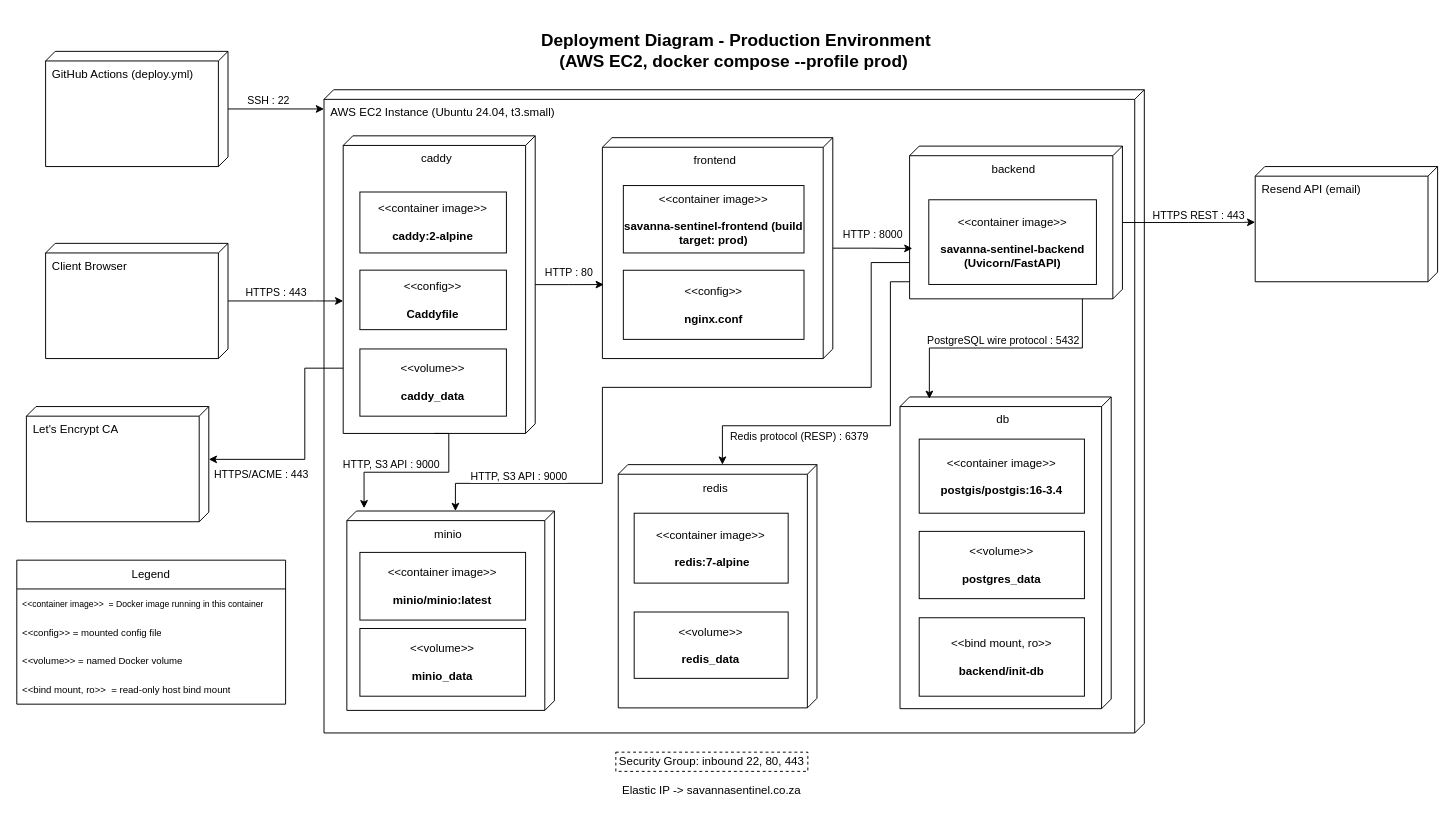
Earlier version of the draw.io diagram page "Production" (1 of 2) of docs/demo2/deployment/deployment_diagram.drawio (COS301-SE-2026/Savanna-Sentinel). Source tidied: cells renumbered, new cells numbered last; positions are measured from the earlier drawing's top-left corner, leaving out a move shared by most shapes. Both pictures are drawn from the tidied source at 96%, with x=0, y=0 at pixel (16, 22).
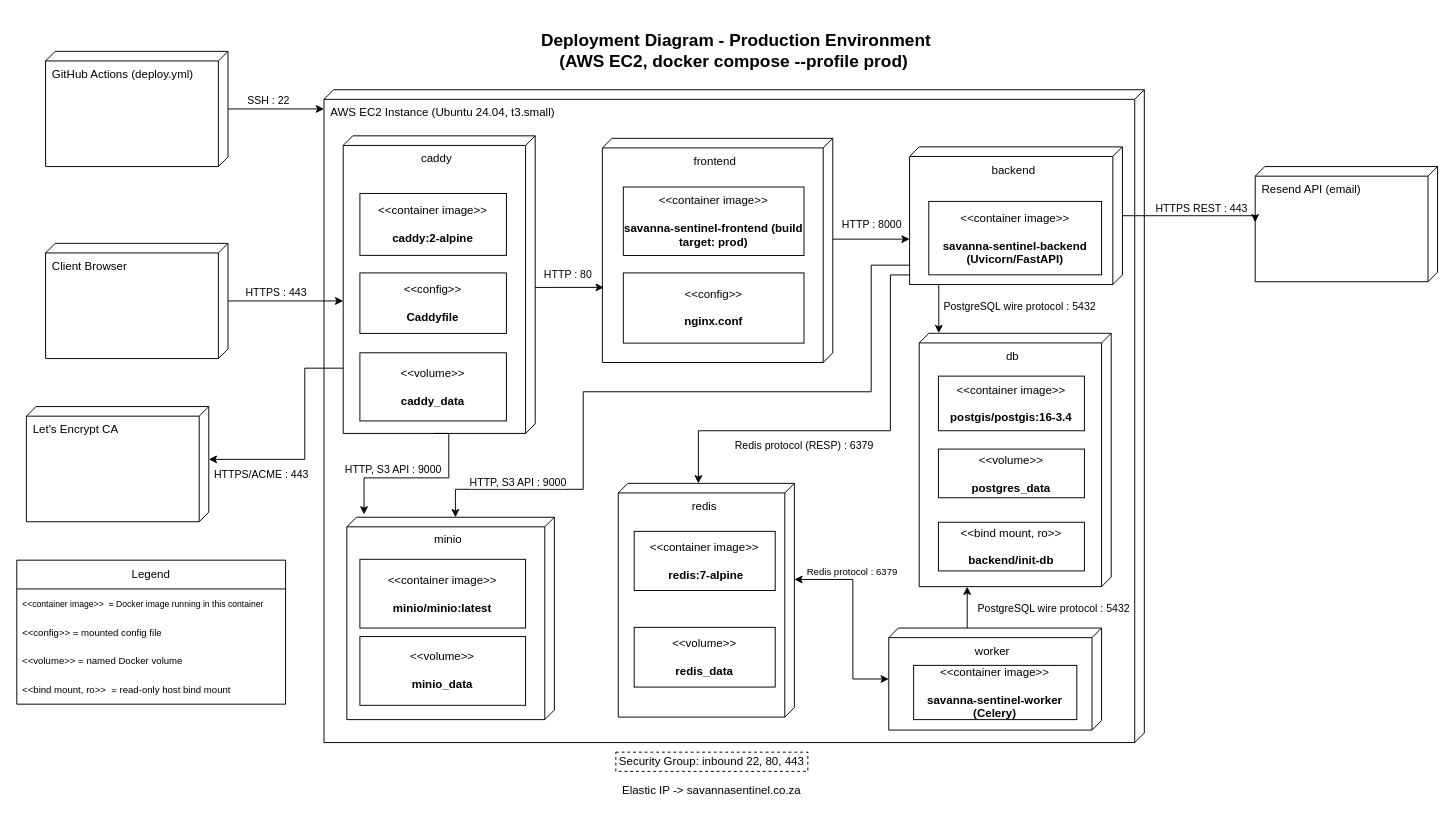
After the change.

The change refers to these unchanged cells:
```xml
<mxCell id="4" value="caddy" style="verticalAlign=top;align=center;shape=cube;size=10;direction=south;html=1;boundedLbl=1;spacingLeft=5;whiteSpace=wrap;" parent="3" vertex="1">
  <mxGeometry width="200" height="310" relative="1" as="geometry">
    <mxPoint x="20" y="48" as="offset" />
  </mxGeometry>
</mxCell>
```

What changed in the source:
```diff
@@
     <mxCell id="3" value="AWS EC2 Instance (Ubuntu 24.04, t3.small)" style="verticalAlign=top;align=left;shape=cube;size=10;direction=south;fontStyle=0;html=1;boundedLbl=1;spacingLeft=5;whiteSpace=wrap;" parent="1" vertex="1">
-      <mxGeometry x="320" y="70" width="854.5" height="670" as="geometry" />
+      <mxGeometry x="320" y="70" width="854.5" height="680" as="geometry" />
     </mxCell>
@@
     <mxCell id="5" value="frontend" style="verticalAlign=top;align=center;shape=cube;size=10;direction=south;html=1;boundedLbl=1;spacingLeft=5;whiteSpace=wrap;" parent="3" vertex="1">
-      <mxGeometry x="290" y="49.9" width="240" height="230.1" as="geometry" />
+      <mxGeometry x="290" y="50.6" width="240" height="233.5" as="geometry" />
     </mxCell>
     <mxCell id="6" value="backend" style="verticalAlign=top;align=center;shape=cube;size=10;direction=south;html=1;boundedLbl=1;spacingLeft=5;whiteSpace=wrap;" parent="3" vertex="1">
-      <mxGeometry x="610" y="58.7" width="221.7" height="159.1" as="geometry" />
+      <mxGeometry x="610" y="59.5" width="221.7" height="143.4" as="geometry" />
     </mxCell>
     <mxCell id="7" value="db" style="verticalAlign=top;align=center;shape=cube;size=10;direction=south;html=1;boundedLbl=1;spacingLeft=5;whiteSpace=wrap;" parent="3" vertex="1">
-      <mxGeometry x="600" y="320" width="220" height="324.7" as="geometry" />
+      <mxGeometry x="620" y="253.7" width="200" height="263.9" as="geometry" />
     </mxCell>
+    <mxCell id="53" style="edgeStyle=orthogonalEdgeStyle;rounded=0;jettySize=auto;html=1;startArrow=classic;startFill=1;" parent="3" edge="1" source="8" target="55">
+      <mxGeometry relative="1" as="geometry">
+        <Array as="points">
+          <mxPoint x="550.9" y="510.1" />
+          <mxPoint x="550.9" y="613.8" />
+        </Array>
+      </mxGeometry>
+    </mxCell>
+    <mxCell id="54" value="&lt;font style=&quot;font-size: 10px;&quot;&gt;Redis protocol : 6379&lt;/font&gt;" style="edgeLabel;html=1;align=center;verticalAlign=middle;" parent="53" vertex="1">
+      <mxGeometry x="-0.27" y="2" relative="1" as="geometry">
+        <mxPoint x="-3" y="-22" as="offset" />
+      </mxGeometry>
+    </mxCell>
     <mxCell id="8" value="redis" style="verticalAlign=top;align=center;shape=cube;size=10;direction=south;html=1;boundedLbl=1;spacingLeft=5;whiteSpace=wrap;" parent="3" vertex="1">
-      <mxGeometry x="306.5" y="390.5" width="207" height="253.4" as="geometry" />
+      <mxGeometry x="306.5" y="410" width="183.5" height="243.5" as="geometry" />
     </mxCell>
     <mxCell id="9" value="&amp;lt;&amp;lt;container image&amp;gt;&amp;gt;&lt;br&gt;&lt;br&gt;&lt;b&gt;caddy:2-alpine&lt;/b&gt;" style="html=1;align=center;verticalAlign=middle;dashed=0;whiteSpace=wrap;" parent="3" vertex="1">
-      <mxGeometry x="37.4" y="106.5" width="152.6" height="63.5" as="geometry" />
+      <mxGeometry x="37.4" y="108" width="152.6" height="64.5" as="geometry" />
     </mxCell>
     <mxCell id="10" value="&amp;lt;&amp;lt;config&amp;gt;&amp;gt;&lt;br&gt;&lt;br&gt;&lt;b&gt;Caddyfile&lt;/b&gt;" style="html=1;align=center;verticalAlign=middle;dashed=0;whiteSpace=wrap;" parent="3" vertex="1">
-      <mxGeometry x="37.4" y="187.9" width="152.6" height="62" as="geometry" />
+      <mxGeometry x="37.4" y="190.8" width="152.6" height="63" as="geometry" />
     </mxCell>
     <mxCell id="11" value="&amp;lt;&amp;lt;volume&amp;gt;&amp;gt;&lt;br&gt;&lt;br&gt;&lt;b&gt;caddy_data&lt;/b&gt;" style="html=1;align=center;verticalAlign=middle;dashed=0;whiteSpace=wrap;" parent="3" vertex="1">
-      <mxGeometry x="37.4" y="270" width="152.6" height="70" as="geometry" />
+      <mxGeometry x="37.4" y="274" width="152.6" height="71" as="geometry" />
     </mxCell>
     <mxCell id="12" value="&amp;lt;&amp;lt;container image&amp;gt;&amp;gt;&lt;br&gt;&lt;br&gt;&lt;b&gt;savanna-sentinel-frontend (build target: prod)&lt;/b&gt;" style="html=1;align=center;verticalAlign=middle;dashed=0;whiteSpace=wrap;" parent="3" vertex="1">
-      <mxGeometry x="311.8" y="99.8" width="188.2" height="70.2" as="geometry" />
+      <mxGeometry x="311.8" y="101.3" width="188.2" height="71.3" as="geometry" />
     </mxCell>
     <mxCell id="13" value="&amp;lt;&amp;lt;config&amp;gt;&amp;gt;&lt;br&gt;&lt;br&gt;&lt;b&gt;nginx.conf&lt;/b&gt;" style="html=1;align=center;verticalAlign=middle;dashed=0;whiteSpace=wrap;" parent="3" vertex="1">
-      <mxGeometry x="311.8" y="188" width="188.2" height="72" as="geometry" />
+      <mxGeometry x="311.8" y="190.8" width="188.2" height="73.1" as="geometry" />
     </mxCell>
     <mxCell id="14" value="&amp;lt;&amp;lt;container image&amp;gt;&amp;gt;&lt;br&gt;&lt;br&gt;&lt;b&gt;savanna-sentinel-backend (Uvicorn/FastAPI)&lt;/b&gt;" style="html=1;align=center;verticalAlign=middle;dashed=0;whiteSpace=wrap;" parent="3" vertex="1">
-      <mxGeometry x="630" y="114.6" width="174.6" height="88.2" as="geometry" />
+      <mxGeometry x="630" y="116.3" width="180" height="76.5" as="geometry" />
     </mxCell>
     <mxCell id="15" value="&amp;lt;&amp;lt;container image&amp;gt;&amp;gt;&lt;br&gt;&lt;br&gt;&lt;b&gt;postgis/postgis:16-3.4&lt;/b&gt;" style="html=1;align=center;verticalAlign=middle;dashed=0;whiteSpace=wrap;" parent="3" vertex="1">
-      <mxGeometry x="620" y="363.9" width="172.1" height="77.2" as="geometry" />
+      <mxGeometry x="640" y="298.3" width="152.1" height="56.9" as="geometry" />
     </mxCell>
     <mxCell id="16" value="&amp;lt;&amp;lt;volume&amp;gt;&amp;gt;&lt;br&gt;&lt;br&gt;&lt;b&gt;postgres_data&lt;/b&gt;" style="html=1;align=center;verticalAlign=middle;dashed=0;whiteSpace=wrap;" parent="3" vertex="1">
-      <mxGeometry x="620" y="460" width="172.1" height="70.1" as="geometry" />
+      <mxGeometry x="640" y="374.3" width="152.1" height="50.7" as="geometry" />
     </mxCell>
     <mxCell id="17" value="&amp;lt;&amp;lt;bind mount, ro&amp;gt;&amp;gt;&lt;br&gt;&lt;br&gt;&lt;b&gt;backend/init-db&lt;/b&gt;" style="html=1;align=center;verticalAlign=middle;dashed=0;whiteSpace=wrap;" parent="3" vertex="1">
-      <mxGeometry x="620" y="550" width="172.1" height="81.7" as="geometry" />
+      <mxGeometry x="640" y="450.5" width="152.1" height="50.7" as="geometry" />
     </mxCell>
     <mxCell id="18" value="&amp;lt;&amp;lt;container image&amp;gt;&amp;gt;&lt;br&gt;&lt;br&gt;&lt;b&gt;&amp;nbsp;redis:7-alpine&lt;/b&gt;" style="html=1;align=center;verticalAlign=middle;dashed=0;whiteSpace=wrap;" parent="3" vertex="1">
-      <mxGeometry x="323.1" y="441.1" width="160.4" height="72.8" as="geometry" />
+      <mxGeometry x="323.1" y="460" width="146.9" height="61.6" as="geometry" />
     </mxCell>
     <mxCell id="19" value="&amp;lt;&amp;lt;volume&amp;gt;&amp;gt;&lt;br&gt;&lt;br&gt;&lt;b&gt;redis_data&lt;/b&gt;" style="html=1;align=center;verticalAlign=middle;dashed=0;whiteSpace=wrap;" parent="3" vertex="1">
-      <mxGeometry x="323.1" y="544" width="160.4" height="69.1" as="geometry" />
+      <mxGeometry x="323.1" y="560" width="146.9" height="62.2" as="geometry" />
     </mxCell>
     <mxCell id="20" value="minio" style="verticalAlign=top;align=center;shape=cube;size=10;direction=south;html=1;boundedLbl=1;spacingLeft=5;whiteSpace=wrap;" parent="3" vertex="1">
-      <mxGeometry x="23.8" y="438.8" width="216.2" height="207.7" as="geometry" />
+      <mxGeometry x="23.8" y="445.3" width="216.2" height="210.8" as="geometry" />
     </mxCell>
     <mxCell id="21" value="&amp;lt;&amp;lt;container image&amp;gt;&amp;gt;&lt;br&gt;&lt;br&gt;&lt;b&gt;minio/minio:latest&lt;/b&gt;" style="html=1;align=center;verticalAlign=middle;dashed=0;whiteSpace=wrap;" parent="3" vertex="1">
-      <mxGeometry x="37.4" y="481.9" width="172.6" height="70.5" as="geometry" />
+      <mxGeometry x="37.4" y="489.1" width="172.6" height="71.6" as="geometry" />
     </mxCell>
     <mxCell id="22" value="&amp;lt;&amp;lt;volume&amp;gt;&amp;gt;&lt;br&gt;&lt;br&gt;&lt;b&gt;minio_data&lt;/b&gt;" style="html=1;align=center;verticalAlign=middle;dashed=0;whiteSpace=wrap;" parent="3" vertex="1">
-      <mxGeometry x="37.4" y="561.2" width="172.6" height="70.5" as="geometry" />
+      <mxGeometry x="37.4" y="569.6" width="172.6" height="71.6" as="geometry" />
     </mxCell>
     <mxCell id="23" style="edgeStyle=orthogonalEdgeStyle;rounded=0;jettySize=auto;html=1;entryX=0.665;entryY=0.994;entryDx=0;entryDy=0;entryPerimeter=0;" parent="3" edge="1" source="4" target="5">
-      <mxGeometry relative="1" as="geometry" />
+      <mxGeometry relative="1" as="geometry">
+        <Array as="points">
+          <mxPoint x="240" y="205.9" />
+          <mxPoint x="240" y="205.9" />
+        </Array>
+      </mxGeometry>
     </mxCell>
@@
-    <mxCell id="25" style="edgeStyle=orthogonalEdgeStyle;rounded=0;jettySize=auto;html=1;entryX=0.67;entryY=0.987;entryDx=0;entryDy=0;entryPerimeter=0;" parent="3" edge="1" source="5" target="6">
-      <mxGeometry relative="1" as="geometry" />
+    <mxCell id="25" style="edgeStyle=orthogonalEdgeStyle;rounded=0;jettySize=auto;html=1;" parent="3" edge="1" source="5">
+      <mxGeometry relative="1" as="geometry">
+        <mxPoint x="610" y="155.6" as="targetPoint" />
+        <Array as="points">
+          <mxPoint x="550" y="155.6" />
+          <mxPoint x="550" y="155.6" />
+        </Array>
+      </mxGeometry>
     </mxCell>
@@
-    <mxCell id="27" style="edgeStyle=orthogonalEdgeStyle;rounded=0;jettySize=auto;html=1;entryX=0.006;entryY=0.861;entryDx=0;entryDy=0;entryPerimeter=0;" parent="3" edge="1" source="6" target="7">
+    <mxCell id="27" style="edgeStyle=orthogonalEdgeStyle;rounded=0;jettySize=auto;html=1;entryX=-0.001;entryY=0.898;entryDx=0;entryDy=0;entryPerimeter=0;" parent="3" edge="1" source="6" target="7">
       <mxGeometry relative="1" as="geometry">
         <Array as="points">
-          <mxPoint x="790" y="269" />
-          <mxPoint x="631" y="269" />
+          <mxPoint x="640" y="228.3" />
         </Array>
       </mxGeometry>
     </mxCell>
     <mxCell id="28" value="&amp;nbsp;PostgreSQL wire protocol : 5432" style="edgeLabel;html=1;align=center;verticalAlign=middle;" parent="27" vertex="1">
       <mxGeometry x="0.1" y="3" relative="1" as="geometry">
-        <mxPoint x="9" y="-12" as="offset" />
+        <mxPoint x="79" y="-5" as="offset" />
       </mxGeometry>
     </mxCell>
-    <mxCell id="29" style="edgeStyle=orthogonalEdgeStyle;rounded=0;jettySize=auto;html=1;entryX=0;entryY=0;entryDx=0;entryDy=98.48;entryPerimeter=0;" parent="3" edge="1" source="6" target="8">
+    <mxCell id="29" style="edgeStyle=orthogonalEdgeStyle;rounded=0;jettySize=auto;html=1;" parent="3" edge="1" source="6">
       <mxGeometry relative="1" as="geometry">
+        <mxPoint x="390" y="410" as="targetPoint" />
         <Array as="points">
-          <mxPoint x="590" y="200" />
-          <mxPoint x="590" y="350" />
-          <mxPoint x="415" y="350" />
+          <mxPoint x="590" y="192.9" />
+          <mxPoint x="590" y="355.2" />
+          <mxPoint x="390" y="355.2" />
+          <mxPoint x="390" y="410.1" />
         </Array>
       </mxGeometry>
     </mxCell>
     <mxCell id="30" value="Redis protocol (RESP) : 6379" style="edgeLabel;html=1;align=center;verticalAlign=middle;" parent="29" vertex="1">
       <mxGeometry x="-0.03" y="1" relative="1" as="geometry">
-        <mxPoint x="-79" y="9" as="offset" />
+        <mxPoint x="-61" y="14" as="offset" />
       </mxGeometry>
     </mxCell>
     <mxCell id="31" style="edgeStyle=orthogonalEdgeStyle;rounded=0;jettySize=auto;html=1;entryX=0;entryY=0;entryDx=0;entryDy=103.11500000000001;entryPerimeter=0;" parent="3" edge="1" source="6" target="20">
       <mxGeometry relative="1" as="geometry">
         <Array as="points">
-          <mxPoint x="570" y="180" />
-          <mxPoint x="570" y="310" />
-          <mxPoint x="290" y="310" />
-          <mxPoint x="290" y="410" />
-          <mxPoint x="137" y="410" />
+          <mxPoint x="570" y="182.7" />
+          <mxPoint x="570" y="314.6" />
+          <mxPoint x="270" y="314.6" />
+          <mxPoint x="270" y="416.2" />
+          <mxPoint x="136.9" y="416.2" />
         </Array>
       </mxGeometry>
     </mxCell>
@@
     <mxCell id="33" value="HTTP, S3 API : 9000" style="edgeStyle=orthogonalEdgeStyle;rounded=0;jettySize=auto;html=1;exitX=0;exitY=0;exitDx=310;exitDy=105;exitPerimeter=0;entryX=-0.014;entryY=0.917;entryDx=0;entryDy=0;entryPerimeter=0;" parent="3" edge="1" source="4" target="20">
       <mxGeometry x="0.27" y="-8" relative="1" as="geometry">
         <Array as="points">
           <mxPoint x="130" y="358" />
-          <mxPoint x="130" y="398.4" />
-          <mxPoint x="41.7" y="398.4" />
+          <mxPoint x="130" y="404.3" />
+          <mxPoint x="41.7" y="404.3" />
         </Array>
       </mxGeometry>
     </mxCell>
+    <mxCell id="55" value="worker" style="verticalAlign=top;align=center;shape=cube;size=10;direction=south;html=1;boundedLbl=1;spacingLeft=5;whiteSpace=wrap;" parent="3" vertex="1">
+      <mxGeometry x="588.3" y="560.7" width="221.7" height="106.3" as="geometry" />
+    </mxCell>
+    <mxCell id="56" value="&amp;lt;&amp;lt;container image&amp;gt;&amp;gt;&lt;br&gt;&lt;br&gt;&lt;b&gt;savanna-sentinel-worker (Celery)&lt;/b&gt;" style="html=1;align=center;verticalAlign=middle;dashed=0;whiteSpace=wrap;" parent="3" vertex="1">
+      <mxGeometry x="614.2" y="599.6" width="170" height="56.5" as="geometry" />
+    </mxCell>
+    <mxCell id="57" value="PostgreSQL wire protocol : 5432" style="edgeStyle=orthogonalEdgeStyle;rounded=0;jettySize=auto;html=1;" parent="3" edge="1" source="55">
+      <mxGeometry x="-0.04" y="-90" relative="1" as="geometry">
+        <mxPoint x="670" y="517.6" as="targetPoint" />
+        <Array as="points">
+          <mxPoint x="670" y="517.6" />
+        </Array>
+      </mxGeometry>
+    </mxCell>
@@
     <mxCell id="51" style="edgeStyle=orthogonalEdgeStyle;rounded=0;jettySize=auto;html=1;" parent="1" edge="1" source="6">
       <mxGeometry relative="1" as="geometry">
         <mxPoint x="1290" y="208" as="targetPoint" />
+        <Array as="points">
+          <mxPoint x="1290" y="201.2" />
+        </Array>
       </mxGeometry>
     </mxCell>
```
